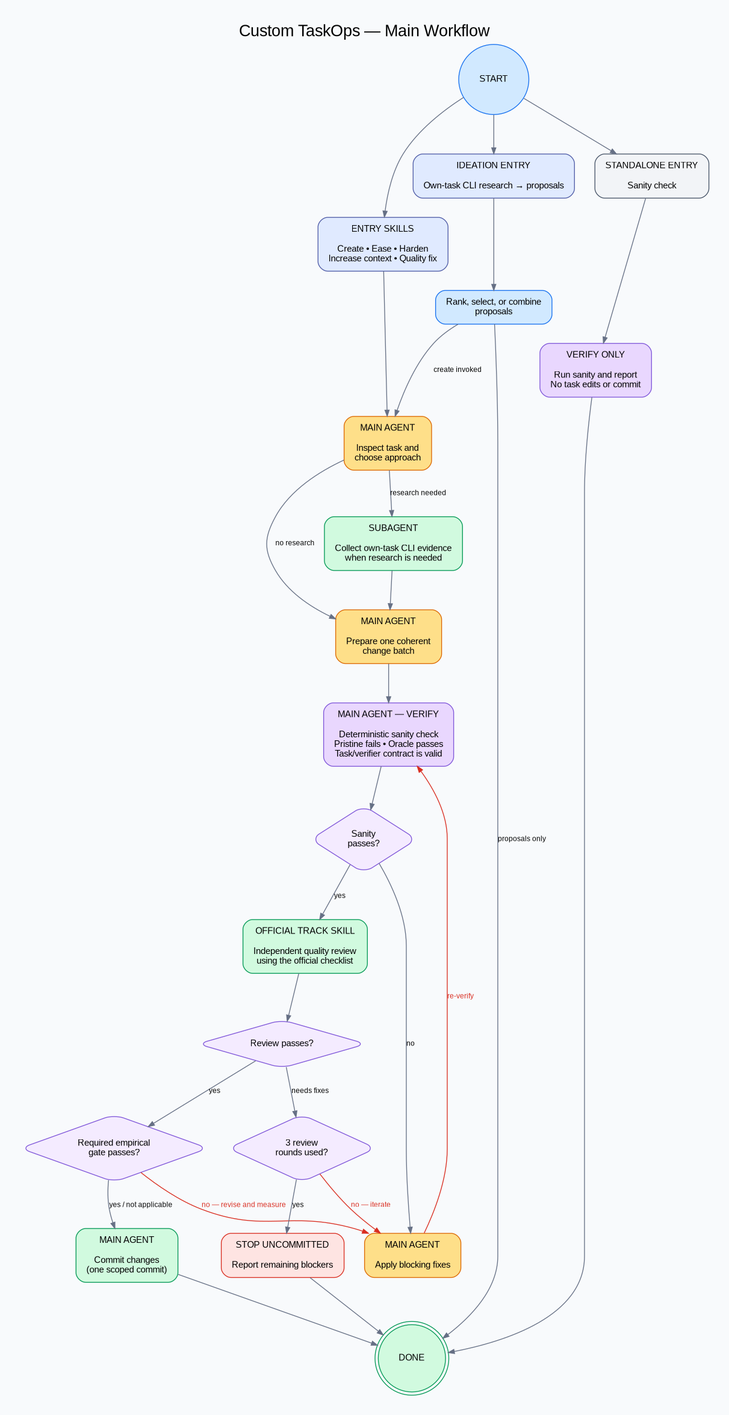
hrnmeta/custom-taskops keeps this Graphviz diagram as docs/taskops-workflow.png. Above is the earlier version. Its source is kept beside it as docs/taskops-workflow.dot.
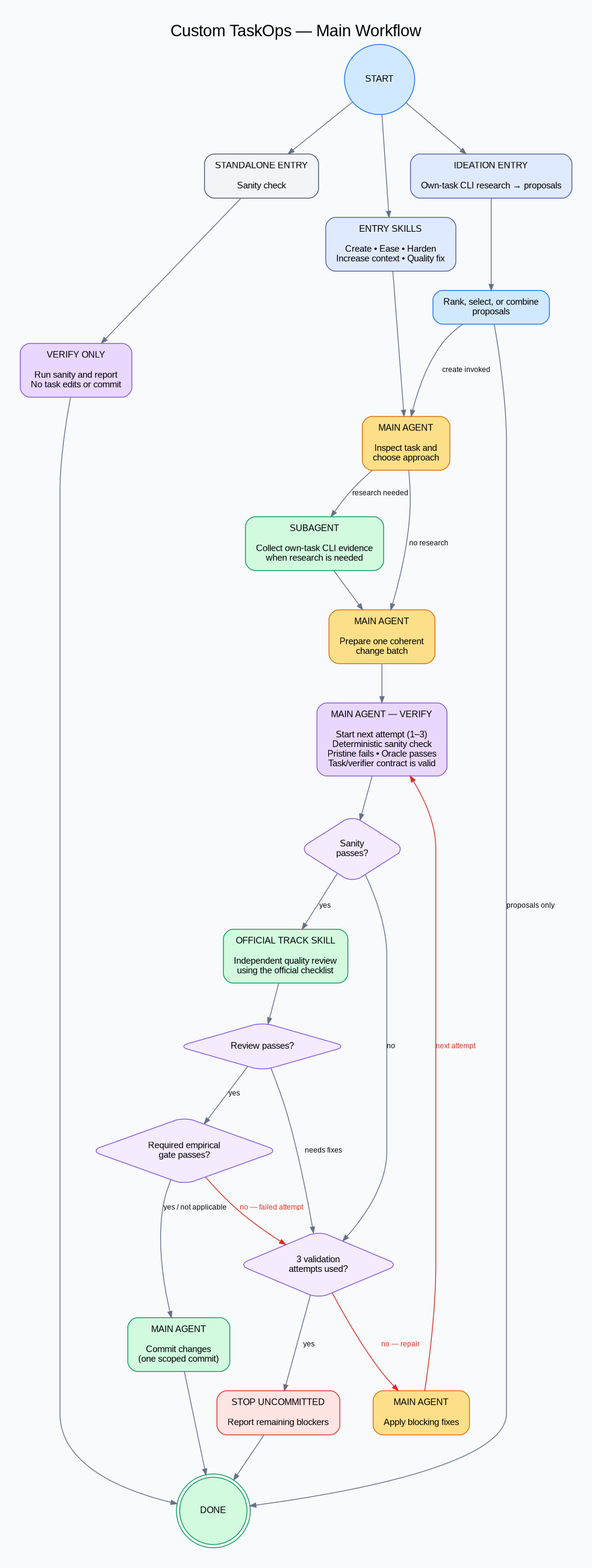
The same file after the commit.

Diff of the diagram source:
```diff
@@ -14,14 +14,14 @@
   research [label="SUBAGENT\n\nCollect own-task CLI evidence\nwhen research is needed", fillcolor="#D1FADF", color="#039855"];
   edit [label="MAIN AGENT\n\nPrepare one coherent\nchange batch", fillcolor="#FEDF89", color="#DC6803"];
 
-  sanity [label="MAIN AGENT — VERIFY\n\nDeterministic sanity check\nPristine fails • Oracle passes\nTask/verifier contract is valid", fillcolor="#E9D7FE", color="#7F56D9"];
+  sanity [label="MAIN AGENT — VERIFY\n\nStart next attempt (1–3)\nDeterministic sanity check\nPristine fails • Oracle passes\nTask/verifier contract is valid", fillcolor="#E9D7FE", color="#7F56D9"];
   sanity_ok [shape=diamond, label="Sanity\npasses?", fillcolor="#F4EBFF", color="#7F56D9"];
   reviewer [label="OFFICIAL TRACK SKILL\n\nIndependent quality review\nusing the official checklist", fillcolor="#D1FADF", color="#039855"];
   verdict [shape=diamond, label="Review passes?", fillcolor="#F4EBFF", color="#7F56D9"];
   empirical [shape=diamond, label="Required empirical\ngate passes?", fillcolor="#F4EBFF", color="#7F56D9"];
 
   fix [label="MAIN AGENT\n\nApply blocking fixes", fillcolor="#FEDF89", color="#DC6803"];
-  cap [shape=diamond, label="3 review\nrounds used?", fillcolor="#F4EBFF", color="#7F56D9"];
+  cap [shape=diamond, label="3 validation\nattempts used?", fillcolor="#F4EBFF", color="#7F56D9"];
   commit [label="MAIN AGENT\n\nCommit changes\n(one scoped commit)", fillcolor="#D1FADF", color="#039855"];
   blocked [label="STOP UNCOMMITTED\n\nReport remaining blockers", fillcolor="#FEE4E2", color="#D92D20"];
   proposals [label="Rank, select, or combine\nproposals", fillcolor="#D1E9FF", color="#1570EF"];
@@ -44,15 +44,15 @@
 
   sanity -> sanity_ok;
   sanity_ok -> reviewer [label="yes"];
-  sanity_ok -> fix [label="no"];
-  fix -> sanity [label="re-verify", color="#D92D20", fontcolor="#D92D20"];
+  sanity_ok -> cap [label="no"];
+  fix -> sanity [label="next attempt", color="#D92D20", fontcolor="#D92D20"];
 
   reviewer -> verdict;
   verdict -> empirical [label="yes"];
   empirical -> commit [label="yes / not applicable"];
-  empirical -> fix [label="no — revise and measure", color="#D92D20", fontcolor="#D92D20"];
+  empirical -> cap [label="no — failed attempt", color="#D92D20", fontcolor="#D92D20"];
   verdict -> cap [label="needs fixes"];
-  cap -> fix [label="no — iterate", color="#D92D20", fontcolor="#D92D20"];
+  cap -> fix [label="no — repair", color="#D92D20", fontcolor="#D92D20"];
   cap -> blocked [label="yes"];
   commit -> done;
   blocked -> done;
```
